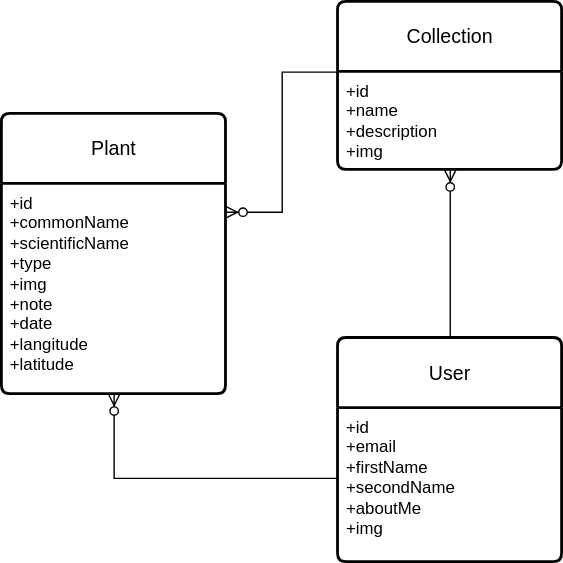
The draw.io diagram documentation/svg/model.svg in johannesroesner/leaf-library-backend, before a commit. Source tidied: cells renumbered, new cells last; positions are measured from the earlier drawing's top-left corner, leaving out a move shared by most shapes. Source of this version:
```xml
<mxGraphModel>
  <root>
    <mxCell id="0" />
    <mxCell id="1" parent="0" />
    <mxCell id="2" style="edgeStyle=orthogonalEdgeStyle;rounded=0;jettySize=auto;html=1;exitX=0.75;exitY=0;exitDx=0;exitDy=0;" parent="1" edge="1" source="8" target="7">
      <mxGeometry relative="1" as="geometry" />
    </mxCell>
    <mxCell id="3" value="Plant" style="swimlane;horizontal=1;startSize=50;rounded=1;fontSize=14;fontStyle=0;strokeWidth=2;shadow=0;dashed=0;align=center;arcSize=4;whiteSpace=wrap;html=1;" parent="1" vertex="1">
      <mxGeometry y="80" width="160" height="200" as="geometry" />
    </mxCell>
    <mxCell id="4" value="&lt;div&gt;+id&lt;/div&gt;+commonName&lt;br&gt;+scientificName&lt;div&gt;+type&lt;br&gt;+img&lt;div&gt;+note&lt;/div&gt;&lt;div&gt;+date&lt;br&gt;&lt;/div&gt;&lt;div&gt;+langitude&lt;/div&gt;&lt;div&gt;+latitude&lt;/div&gt;&lt;/div&gt;" style="align=left;strokeColor=none;fillColor=none;spacingLeft=4;spacingRight=4;fontSize=12;verticalAlign=top;html=1;whiteSpace=wrap;" parent="3" vertex="1">
      <mxGeometry y="50" width="160" height="150" as="geometry" />
    </mxCell>
    <mxCell id="5" value="Collection" style="swimlane;horizontal=1;startSize=50;rounded=1;fontSize=14;fontStyle=0;strokeWidth=2;shadow=0;dashed=0;align=center;arcSize=4;whiteSpace=wrap;html=1;" parent="1" vertex="1">
      <mxGeometry x="240" width="160" height="120" as="geometry" />
    </mxCell>
    <mxCell id="6" value="&lt;div&gt;+id&lt;/div&gt;+name&lt;br&gt;+description&lt;div&gt;+img&lt;/div&gt;" style="align=left;strokeColor=none;fillColor=none;spacingLeft=4;spacingRight=4;fontSize=12;verticalAlign=top;html=1;whiteSpace=wrap;" parent="5" vertex="1">
      <mxGeometry y="50" width="160" height="70" as="geometry" />
    </mxCell>
    <mxCell id="7" value="User" style="swimlane;horizontal=1;startSize=50;rounded=1;fontSize=14;fontStyle=0;strokeWidth=2;shadow=0;dashed=0;align=center;arcSize=4;whiteSpace=wrap;html=1;" parent="1" vertex="1">
      <mxGeometry x="240" y="240" width="160" height="160" as="geometry" />
    </mxCell>
    <mxCell id="8" value="+id&lt;br&gt;+email&lt;br&gt;+firstName&lt;div&gt;+secondName&lt;/div&gt;&lt;div&gt;+aboutMe&lt;/div&gt;&lt;div&gt;+img&lt;/div&gt;&lt;div&gt;&lt;br&gt;&lt;/div&gt;" style="align=left;strokeColor=none;fillColor=none;spacingLeft=4;spacingRight=4;fontSize=12;verticalAlign=top;html=1;whiteSpace=wrap;" parent="7" vertex="1">
      <mxGeometry y="50" width="160" height="110" as="geometry" />
    </mxCell>
    <mxCell id="9" style="fontSize=12;html=1;endArrow=ERzeroToMany;endFill=1;rounded=0;exitX=0.5;exitY=0;exitDx=0;exitDy=0;entryX=0.5;entryY=1;entryDx=0;entryDy=0;" parent="1" edge="1" source="7" target="6">
      <mxGeometry relative="1" as="geometry" />
    </mxCell>
    <mxCell id="10" style="edgeStyle=orthogonalEdgeStyle;fontSize=12;html=1;endArrow=ERzeroToMany;endFill=1;rounded=0;entryX=0.5;entryY=1;entryDx=0;entryDy=0;exitX=0;exitY=0.455;exitDx=0;exitDy=0;exitPerimeter=0;" parent="1" edge="1" source="8" target="3">
      <mxGeometry relative="1" as="geometry" />
    </mxCell>
    <mxCell id="11" style="edgeStyle=elbowEdgeStyle;fontSize=12;html=1;endArrow=none;endFill=0;rounded=0;startArrow=ERzeroToMany;startFill=1;" parent="1" edge="1">
      <mxGeometry relative="1" as="geometry">
        <mxPoint x="160" y="150" as="sourcePoint" />
        <mxPoint x="240" y="50" as="targetPoint" />
      </mxGeometry>
    </mxCell>
  </root>
</mxGraphModel>
```
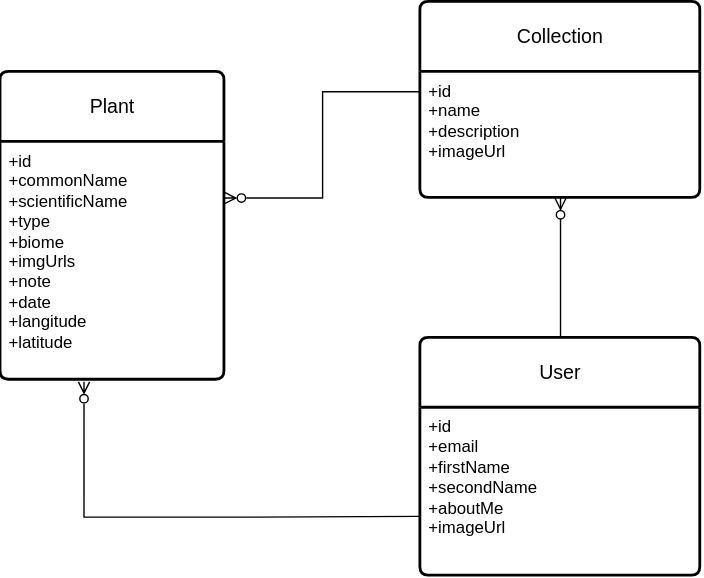
The same file after the commit.

Diff of the diagram source:
```diff
@@ -2,38 +2,42 @@
   <root>
     <mxCell id="0" />
     <mxCell id="1" parent="0" />
-    <mxCell id="2" style="edgeStyle=orthogonalEdgeStyle;rounded=0;jettySize=auto;html=1;exitX=0.75;exitY=0;exitDx=0;exitDy=0;" parent="1" edge="1" source="8" target="7">
-      <mxGeometry relative="1" as="geometry" />
-    </mxCell>
     <mxCell id="3" value="Plant" style="swimlane;horizontal=1;startSize=50;rounded=1;fontSize=14;fontStyle=0;strokeWidth=2;shadow=0;dashed=0;align=center;arcSize=4;whiteSpace=wrap;html=1;" parent="1" vertex="1">
-      <mxGeometry y="80" width="160" height="200" as="geometry" />
+      <mxGeometry x="-60" y="50" width="160" height="220" as="geometry" />
     </mxCell>
-    <mxCell id="4" value="&lt;div&gt;+id&lt;/div&gt;+commonName&lt;br&gt;+scientificName&lt;div&gt;+type&lt;br&gt;+img&lt;div&gt;+note&lt;/div&gt;&lt;div&gt;+date&lt;br&gt;&lt;/div&gt;&lt;div&gt;+langitude&lt;/div&gt;&lt;div&gt;+latitude&lt;/div&gt;&lt;/div&gt;" style="align=left;strokeColor=none;fillColor=none;spacingLeft=4;spacingRight=4;fontSize=12;verticalAlign=top;html=1;whiteSpace=wrap;" parent="3" vertex="1">
-      <mxGeometry y="50" width="160" height="150" as="geometry" />
-    </mxCell>
+    <mxCell id="12" value="+id&lt;div&gt;+commonName&lt;/div&gt;&lt;div&gt;+scientificName&lt;/div&gt;&lt;div&gt;+type&lt;/div&gt;&lt;div&gt;+biome&lt;/div&gt;&lt;div&gt;+imgUrls&lt;/div&gt;&lt;div&gt;+note&lt;/div&gt;&lt;div&gt;+date&lt;/div&gt;&lt;div&gt;+langitude&lt;/div&gt;&lt;div&gt;+latitude&lt;/div&gt;" style="align=left;strokeColor=none;fillColor=none;spacingLeft=4;spacingRight=4;fontSize=12;verticalAlign=top;html=1;whiteSpace=wrap;" parent="3" vertex="1">
+      <mxGeometry y="50" width="160" height="170" as="geometry" />
+    </mxCell>
     <mxCell id="5" value="Collection" style="swimlane;horizontal=1;startSize=50;rounded=1;fontSize=14;fontStyle=0;strokeWidth=2;shadow=0;dashed=0;align=center;arcSize=4;whiteSpace=wrap;html=1;" parent="1" vertex="1">
-      <mxGeometry x="240" width="160" height="120" as="geometry" />
+      <mxGeometry x="240" width="200" height="140" as="geometry" />
     </mxCell>
-    <mxCell id="6" value="&lt;div&gt;+id&lt;/div&gt;+name&lt;br&gt;+description&lt;div&gt;+img&lt;/div&gt;" style="align=left;strokeColor=none;fillColor=none;spacingLeft=4;spacingRight=4;fontSize=12;verticalAlign=top;html=1;whiteSpace=wrap;" parent="5" vertex="1">
-      <mxGeometry y="50" width="160" height="70" as="geometry" />
-    </mxCell>
+    <mxCell id="13" value="+id&lt;br&gt;+name&lt;br&gt;+description&lt;div&gt;+imageUrl&lt;/div&gt;&lt;div&gt;&lt;br&gt;&lt;/div&gt;" style="align=left;strokeColor=none;fillColor=none;spacingLeft=4;spacingRight=4;fontSize=12;verticalAlign=top;html=1;whiteSpace=wrap;" parent="5" vertex="1">
+      <mxGeometry y="50" width="200" height="90" as="geometry" />
+    </mxCell>
     <mxCell id="7" value="User" style="swimlane;horizontal=1;startSize=50;rounded=1;fontSize=14;fontStyle=0;strokeWidth=2;shadow=0;dashed=0;align=center;arcSize=4;whiteSpace=wrap;html=1;" parent="1" vertex="1">
-      <mxGeometry x="240" y="240" width="160" height="160" as="geometry" />
+      <mxGeometry x="240" y="240" width="200" height="170" as="geometry" />
     </mxCell>
-    <mxCell id="8" value="+id&lt;br&gt;+email&lt;br&gt;+firstName&lt;div&gt;+secondName&lt;/div&gt;&lt;div&gt;+aboutMe&lt;/div&gt;&lt;div&gt;+img&lt;/div&gt;&lt;div&gt;&lt;br&gt;&lt;/div&gt;" style="align=left;strokeColor=none;fillColor=none;spacingLeft=4;spacingRight=4;fontSize=12;verticalAlign=top;html=1;whiteSpace=wrap;" parent="7" vertex="1">
-      <mxGeometry y="50" width="160" height="110" as="geometry" />
-    </mxCell>
-    <mxCell id="9" style="fontSize=12;html=1;endArrow=ERzeroToMany;endFill=1;rounded=0;exitX=0.5;exitY=0;exitDx=0;exitDy=0;entryX=0.5;entryY=1;entryDx=0;entryDy=0;" parent="1" edge="1" source="7" target="6">
-      <mxGeometry relative="1" as="geometry" />
-    </mxCell>
-    <mxCell id="10" style="edgeStyle=orthogonalEdgeStyle;fontSize=12;html=1;endArrow=ERzeroToMany;endFill=1;rounded=0;entryX=0.5;entryY=1;entryDx=0;entryDy=0;exitX=0;exitY=0.455;exitDx=0;exitDy=0;exitPerimeter=0;" parent="1" edge="1" source="8" target="3">
-      <mxGeometry relative="1" as="geometry" />
-    </mxCell>
-    <mxCell id="11" style="edgeStyle=elbowEdgeStyle;fontSize=12;html=1;endArrow=none;endFill=0;rounded=0;startArrow=ERzeroToMany;startFill=1;" parent="1" edge="1">
-      <mxGeometry relative="1" as="geometry">
-        <mxPoint x="160" y="150" as="sourcePoint" />
-        <mxPoint x="240" y="50" as="targetPoint" />
-      </mxGeometry>
-    </mxCell>
+    <mxCell id="14" value="+id&lt;br&gt;+email&lt;br&gt;+firstName&lt;div&gt;+secondName&lt;/div&gt;&lt;div&gt;+aboutMe&lt;/div&gt;&lt;div&gt;+imageUrl&lt;/div&gt;" style="align=left;strokeColor=none;fillColor=none;spacingLeft=4;spacingRight=4;fontSize=12;verticalAlign=top;html=1;whiteSpace=wrap;" parent="7" vertex="1">
+      <mxGeometry y="50" width="200" height="120" as="geometry" />
+    </mxCell>
+    <mxCell id="15" style="fontSize=12;html=1;endArrow=none;endFill=0;rounded=0;edgeStyle=elbowEdgeStyle;startArrow=ERzeroToMany;startFill=0;entryX=-0.005;entryY=0.156;entryDx=0;entryDy=0;entryPerimeter=0;" parent="1" edge="1" target="13">
+      <mxGeometry relative="1" as="geometry">
+        <mxPoint x="100" y="140" as="sourcePoint" />
+        <Array as="points">
+          <mxPoint x="170" y="100" />
+        </Array>
+      </mxGeometry>
+    </mxCell>
+    <mxCell id="16" style="fontSize=12;html=1;endArrow=ERzeroToMany;endFill=1;rounded=0;entryX=0.5;entryY=1;entryDx=0;entryDy=0;exitX=0.5;exitY=0;exitDx=0;exitDy=0;" parent="1" edge="1" source="7" target="13">
+      <mxGeometry relative="1" as="geometry" />
+    </mxCell>
+    <mxCell id="17" style="edgeStyle=orthogonalEdgeStyle;fontSize=12;html=1;endArrow=none;endFill=0;rounded=0;entryX=0;entryY=0.75;entryDx=0;entryDy=0;exitX=0.372;exitY=1.008;exitDx=0;exitDy=0;exitPerimeter=0;startArrow=ERzeroToMany;startFill=0;" parent="1" edge="1" source="12" target="7">
+      <mxGeometry relative="1" as="geometry">
+        <Array as="points">
+          <mxPoint y="368" />
+          <mxPoint x="120" y="368" />
+        </Array>
+      </mxGeometry>
+    </mxCell>
   </root>
 </mxGraphModel>
```
